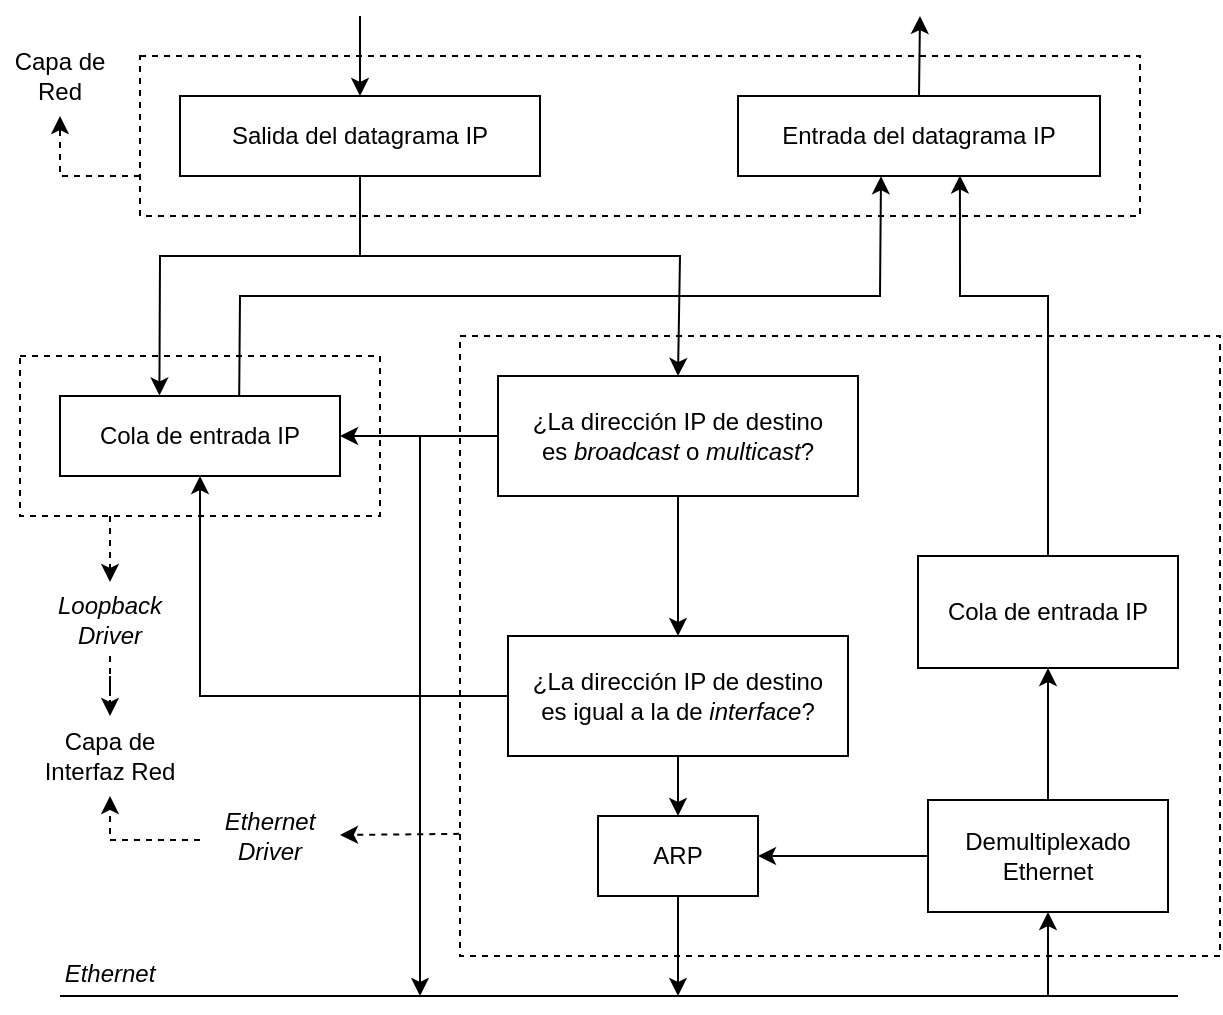
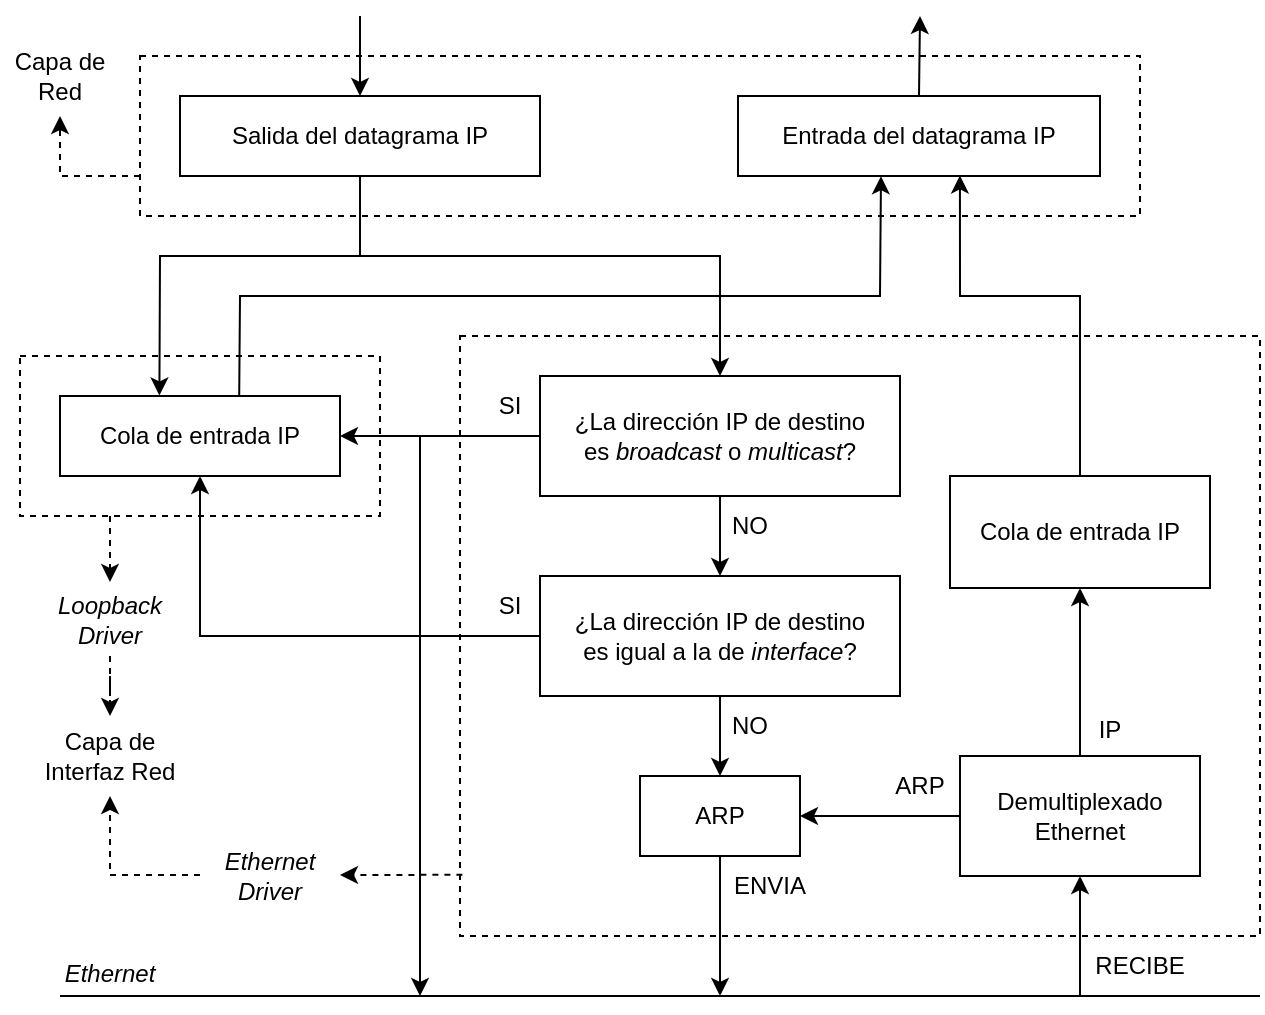
<mxfile host="Electron" agent="Mozilla/5.0 (Windows NT 10.0; Win64; x64) AppleWebKit/537.36 (KHTML, like Gecko) draw.io/24.7.5 Chrome/126.0.6478.183 Electron/31.3.0 Safari/537.36" version="24.7.5">
  <diagram name="Página-1" id="31qNR-VZyS9knpbV60fM">
-     <mxGraphModel dx="533" dy="322" grid="1" gridSize="10" guides="1" tooltips="1" connect="1" arrows="1" fold="1" page="1" pageScale="1" pageWidth="827" pageHeight="1169" math="0" shadow="0">
+     <mxGraphModel dx="293" dy="177" grid="1" gridSize="10" guides="1" tooltips="1" connect="1" arrows="1" fold="1" page="1" pageScale="1" pageWidth="827" pageHeight="1169" math="0" shadow="0">
      <root>
        <mxCell id="0" />
        <mxCell id="1" parent="0" />
-         <mxCell id="3DrJAtZ5_W6O6CcyolzV-26" value="" style="rounded=0;whiteSpace=wrap;html=1;fillColor=none;dashed=1;" vertex="1" parent="1">
+         <mxCell id="3DrJAtZ5_W6O6CcyolzV-24" value="" style="rounded=0;whiteSpace=wrap;html=1;fillColor=none;dashed=1;" parent="1" vertex="1">
+           <mxGeometry x="320" y="290" width="400" height="300" as="geometry" />
+         </mxCell>
+         <mxCell id="3DrJAtZ5_W6O6CcyolzV-26" value="" style="rounded=0;whiteSpace=wrap;html=1;fillColor=none;dashed=1;" parent="1" vertex="1">
          <mxGeometry x="160" y="150" width="500" height="80" as="geometry" />
        </mxCell>
-         <mxCell id="3DrJAtZ5_W6O6CcyolzV-1" value="Salida del datagrama IP" style="rounded=0;whiteSpace=wrap;html=1;fillColor=none;" vertex="1" parent="1">
+         <mxCell id="3DrJAtZ5_W6O6CcyolzV-1" value="Salida del datagrama IP" style="rounded=0;whiteSpace=wrap;html=1;fillColor=none;" parent="1" vertex="1">
          <mxGeometry x="180" y="170" width="180" height="40" as="geometry" />
        </mxCell>
-         <mxCell id="3DrJAtZ5_W6O6CcyolzV-2" value="Entrada del datagrama IP" style="rounded=0;whiteSpace=wrap;html=1;fillColor=none;" vertex="1" parent="1">
+         <mxCell id="3DrJAtZ5_W6O6CcyolzV-2" value="Entrada del datagrama IP" style="rounded=0;whiteSpace=wrap;html=1;fillColor=none;" parent="1" vertex="1">
          <mxGeometry x="459" y="170" width="181" height="40" as="geometry" />
        </mxCell>
-         <mxCell id="3DrJAtZ5_W6O6CcyolzV-3" value="Cola de entrada IP" style="rounded=0;whiteSpace=wrap;html=1;fillColor=none;" vertex="1" parent="1">
+         <mxCell id="3DrJAtZ5_W6O6CcyolzV-3" value="Cola de entrada IP" style="rounded=0;whiteSpace=wrap;html=1;fillColor=none;" parent="1" vertex="1">
          <mxGeometry x="120" y="320" width="140" height="40" as="geometry" />
        </mxCell>
-         <mxCell id="3DrJAtZ5_W6O6CcyolzV-16" style="edgeStyle=orthogonalEdgeStyle;rounded=0;orthogonalLoop=1;jettySize=auto;html=1;entryX=0.5;entryY=0;entryDx=0;entryDy=0;" edge="1" parent="1" source="3DrJAtZ5_W6O6CcyolzV-4" target="3DrJAtZ5_W6O6CcyolzV-5">
-           <mxGeometry relative="1" as="geometry" />
-         </mxCell>
-         <mxCell id="3DrJAtZ5_W6O6CcyolzV-18" style="edgeStyle=orthogonalEdgeStyle;rounded=0;orthogonalLoop=1;jettySize=auto;html=1;entryX=1;entryY=0.5;entryDx=0;entryDy=0;" edge="1" parent="1" source="3DrJAtZ5_W6O6CcyolzV-4" target="3DrJAtZ5_W6O6CcyolzV-3">
-           <mxGeometry relative="1" as="geometry" />
-         </mxCell>
-         <mxCell id="3DrJAtZ5_W6O6CcyolzV-4" value="¿La dirección IP de destino&lt;div&gt;es &lt;i&gt;broadcast&lt;/i&gt; o &lt;i&gt;multicast&lt;/i&gt;?&lt;/div&gt;" style="rounded=0;whiteSpace=wrap;html=1;fillColor=none;" vertex="1" parent="1">
-           <mxGeometry x="339" y="310" width="180" height="60" as="geometry" />
-         </mxCell>
-         <mxCell id="3DrJAtZ5_W6O6CcyolzV-17" style="edgeStyle=orthogonalEdgeStyle;rounded=0;orthogonalLoop=1;jettySize=auto;html=1;entryX=0.5;entryY=0;entryDx=0;entryDy=0;" edge="1" parent="1" source="3DrJAtZ5_W6O6CcyolzV-5" target="3DrJAtZ5_W6O6CcyolzV-6">
-           <mxGeometry relative="1" as="geometry" />
-         </mxCell>
-         <mxCell id="3DrJAtZ5_W6O6CcyolzV-19" style="edgeStyle=orthogonalEdgeStyle;rounded=0;orthogonalLoop=1;jettySize=auto;html=1;entryX=0.5;entryY=1;entryDx=0;entryDy=0;" edge="1" parent="1" source="3DrJAtZ5_W6O6CcyolzV-5" target="3DrJAtZ5_W6O6CcyolzV-3">
-           <mxGeometry relative="1" as="geometry" />
-         </mxCell>
-         <mxCell id="3DrJAtZ5_W6O6CcyolzV-5" value="¿La dirección IP de destino&lt;div&gt;es igual a la de &lt;i&gt;interface&lt;/i&gt;?&lt;/div&gt;" style="rounded=0;whiteSpace=wrap;html=1;fillColor=none;" vertex="1" parent="1">
-           <mxGeometry x="344" y="440" width="170" height="60" as="geometry" />
-         </mxCell>
-         <mxCell id="3DrJAtZ5_W6O6CcyolzV-21" style="edgeStyle=orthogonalEdgeStyle;rounded=0;orthogonalLoop=1;jettySize=auto;html=1;" edge="1" parent="1" source="3DrJAtZ5_W6O6CcyolzV-6">
+         <mxCell id="3DrJAtZ5_W6O6CcyolzV-16" style="edgeStyle=orthogonalEdgeStyle;rounded=0;orthogonalLoop=1;jettySize=auto;html=1;entryX=0.5;entryY=0;entryDx=0;entryDy=0;" parent="1" source="3DrJAtZ5_W6O6CcyolzV-4" target="3DrJAtZ5_W6O6CcyolzV-5" edge="1">
+           <mxGeometry relative="1" as="geometry" />
+         </mxCell>
+         <mxCell id="3DrJAtZ5_W6O6CcyolzV-18" style="edgeStyle=orthogonalEdgeStyle;rounded=0;orthogonalLoop=1;jettySize=auto;html=1;entryX=1;entryY=0.5;entryDx=0;entryDy=0;" parent="1" source="3DrJAtZ5_W6O6CcyolzV-4" target="3DrJAtZ5_W6O6CcyolzV-3" edge="1">
+           <mxGeometry relative="1" as="geometry" />
+         </mxCell>
+         <mxCell id="3DrJAtZ5_W6O6CcyolzV-4" value="¿La dirección IP de destino&lt;div&gt;es &lt;i&gt;broadcast&lt;/i&gt; o &lt;i&gt;multicast&lt;/i&gt;?&lt;/div&gt;" style="rounded=0;whiteSpace=wrap;html=1;fillColor=none;" parent="1" vertex="1">
+           <mxGeometry x="360" y="310" width="180" height="60" as="geometry" />
+         </mxCell>
+         <mxCell id="3DrJAtZ5_W6O6CcyolzV-17" style="edgeStyle=orthogonalEdgeStyle;rounded=0;orthogonalLoop=1;jettySize=auto;html=1;entryX=0.5;entryY=0;entryDx=0;entryDy=0;" parent="1" source="3DrJAtZ5_W6O6CcyolzV-5" target="3DrJAtZ5_W6O6CcyolzV-6" edge="1">
+           <mxGeometry relative="1" as="geometry" />
+         </mxCell>
+         <mxCell id="3DrJAtZ5_W6O6CcyolzV-19" style="edgeStyle=orthogonalEdgeStyle;rounded=0;orthogonalLoop=1;jettySize=auto;html=1;entryX=0.5;entryY=1;entryDx=0;entryDy=0;" parent="1" source="3DrJAtZ5_W6O6CcyolzV-5" target="3DrJAtZ5_W6O6CcyolzV-3" edge="1">
+           <mxGeometry relative="1" as="geometry" />
+         </mxCell>
+         <mxCell id="3DrJAtZ5_W6O6CcyolzV-5" value="¿La dirección IP de destino&lt;div&gt;es igual a la de &lt;i&gt;interface&lt;/i&gt;?&lt;/div&gt;" style="rounded=0;whiteSpace=wrap;html=1;fillColor=none;" parent="1" vertex="1">
+           <mxGeometry x="360" y="410" width="180" height="60" as="geometry" />
+         </mxCell>
+         <mxCell id="3DrJAtZ5_W6O6CcyolzV-21" style="edgeStyle=orthogonalEdgeStyle;rounded=0;orthogonalLoop=1;jettySize=auto;html=1;" parent="1" source="3DrJAtZ5_W6O6CcyolzV-6" edge="1">
          <mxGeometry relative="1" as="geometry">
-             <mxPoint x="429" y="620" as="targetPoint" />
-           </mxGeometry>
-         </mxCell>
-         <mxCell id="3DrJAtZ5_W6O6CcyolzV-6" value="ARP" style="rounded=0;whiteSpace=wrap;html=1;fillColor=none;" vertex="1" parent="1">
-           <mxGeometry x="389" y="530" width="80" height="40" as="geometry" />
-         </mxCell>
-         <mxCell id="3DrJAtZ5_W6O6CcyolzV-14" style="edgeStyle=orthogonalEdgeStyle;rounded=0;orthogonalLoop=1;jettySize=auto;html=1;entryX=0.5;entryY=1;entryDx=0;entryDy=0;" edge="1" parent="1" source="3DrJAtZ5_W6O6CcyolzV-7" target="3DrJAtZ5_W6O6CcyolzV-8">
-           <mxGeometry relative="1" as="geometry" />
-         </mxCell>
-         <mxCell id="3DrJAtZ5_W6O6CcyolzV-15" style="edgeStyle=orthogonalEdgeStyle;rounded=0;orthogonalLoop=1;jettySize=auto;html=1;entryX=1;entryY=0.5;entryDx=0;entryDy=0;" edge="1" parent="1" source="3DrJAtZ5_W6O6CcyolzV-7" target="3DrJAtZ5_W6O6CcyolzV-6">
-           <mxGeometry relative="1" as="geometry" />
-         </mxCell>
-         <mxCell id="3DrJAtZ5_W6O6CcyolzV-7" value="Demultiplexado Ethernet" style="rounded=0;whiteSpace=wrap;html=1;fillColor=none;" vertex="1" parent="1">
-           <mxGeometry x="554" y="522" width="120" height="56" as="geometry" />
-         </mxCell>
-         <mxCell id="3DrJAtZ5_W6O6CcyolzV-13" style="edgeStyle=orthogonalEdgeStyle;rounded=0;orthogonalLoop=1;jettySize=auto;html=1;entryX=0.613;entryY=0.993;entryDx=0;entryDy=0;entryPerimeter=0;" edge="1" parent="1" source="3DrJAtZ5_W6O6CcyolzV-8" target="3DrJAtZ5_W6O6CcyolzV-2">
+             <mxPoint x="450" y="620" as="targetPoint" />
+           </mxGeometry>
+         </mxCell>
+         <mxCell id="3DrJAtZ5_W6O6CcyolzV-6" value="ARP" style="rounded=0;whiteSpace=wrap;html=1;fillColor=none;" parent="1" vertex="1">
+           <mxGeometry x="410" y="510" width="80" height="40" as="geometry" />
+         </mxCell>
+         <mxCell id="3DrJAtZ5_W6O6CcyolzV-14" style="edgeStyle=orthogonalEdgeStyle;rounded=0;orthogonalLoop=1;jettySize=auto;html=1;entryX=0.5;entryY=1;entryDx=0;entryDy=0;" parent="1" source="3DrJAtZ5_W6O6CcyolzV-7" target="3DrJAtZ5_W6O6CcyolzV-8" edge="1">
+           <mxGeometry relative="1" as="geometry" />
+         </mxCell>
+         <mxCell id="3DrJAtZ5_W6O6CcyolzV-15" style="edgeStyle=orthogonalEdgeStyle;rounded=0;orthogonalLoop=1;jettySize=auto;html=1;entryX=1;entryY=0.5;entryDx=0;entryDy=0;" parent="1" source="3DrJAtZ5_W6O6CcyolzV-7" target="3DrJAtZ5_W6O6CcyolzV-6" edge="1">
+           <mxGeometry relative="1" as="geometry" />
+         </mxCell>
+         <mxCell id="3DrJAtZ5_W6O6CcyolzV-7" value="Demultiplexado Ethernet" style="rounded=0;whiteSpace=wrap;html=1;fillColor=none;" parent="1" vertex="1">
+           <mxGeometry x="570" y="500" width="120" height="60" as="geometry" />
+         </mxCell>
+         <mxCell id="3DrJAtZ5_W6O6CcyolzV-13" style="edgeStyle=orthogonalEdgeStyle;rounded=0;orthogonalLoop=1;jettySize=auto;html=1;entryX=0.613;entryY=0.993;entryDx=0;entryDy=0;entryPerimeter=0;exitX=0.5;exitY=0;exitDx=0;exitDy=0;" parent="1" source="3DrJAtZ5_W6O6CcyolzV-8" target="3DrJAtZ5_W6O6CcyolzV-2" edge="1">
          <mxGeometry relative="1" as="geometry">
            <Array as="points">
-               <mxPoint x="614" y="270" />
+               <mxPoint x="630" y="270" />
              <mxPoint x="570" y="270" />
            </Array>
          </mxGeometry>
        </mxCell>
-         <mxCell id="3DrJAtZ5_W6O6CcyolzV-8" value="Cola de entrada IP" style="rounded=0;whiteSpace=wrap;html=1;fillColor=none;" vertex="1" parent="1">
-           <mxGeometry x="549" y="400" width="130" height="56" as="geometry" />
-         </mxCell>
-         <mxCell id="3DrJAtZ5_W6O6CcyolzV-9" value="" style="endArrow=classic;html=1;rounded=0;exitX=0.5;exitY=1;exitDx=0;exitDy=0;entryX=0.355;entryY=-0.007;entryDx=0;entryDy=0;entryPerimeter=0;" edge="1" parent="1" source="3DrJAtZ5_W6O6CcyolzV-1" target="3DrJAtZ5_W6O6CcyolzV-3">
+         <mxCell id="3DrJAtZ5_W6O6CcyolzV-8" value="Cola de entrada IP" style="rounded=0;whiteSpace=wrap;html=1;fillColor=none;" parent="1" vertex="1">
+           <mxGeometry x="565" y="360" width="130" height="56" as="geometry" />
+         </mxCell>
+         <mxCell id="3DrJAtZ5_W6O6CcyolzV-9" value="" style="endArrow=classic;html=1;rounded=0;exitX=0.5;exitY=1;exitDx=0;exitDy=0;entryX=0.355;entryY=-0.007;entryDx=0;entryDy=0;entryPerimeter=0;" parent="1" source="3DrJAtZ5_W6O6CcyolzV-1" target="3DrJAtZ5_W6O6CcyolzV-3" edge="1">
          <mxGeometry width="50" height="50" relative="1" as="geometry">
            <mxPoint x="289" y="300" as="sourcePoint" />
            <mxPoint x="269" y="290" as="targetPoint" />
            <Array as="points">
              <mxPoint x="270" y="250" />
              <mxPoint x="170" y="250" />
            </Array>
          </mxGeometry>
        </mxCell>
-         <mxCell id="3DrJAtZ5_W6O6CcyolzV-10" value="" style="endArrow=classic;html=1;rounded=0;entryX=0.5;entryY=0;entryDx=0;entryDy=0;" edge="1" parent="1" target="3DrJAtZ5_W6O6CcyolzV-4">
+         <mxCell id="3DrJAtZ5_W6O6CcyolzV-10" value="" style="endArrow=classic;html=1;rounded=0;entryX=0.5;entryY=0;entryDx=0;entryDy=0;" parent="1" target="3DrJAtZ5_W6O6CcyolzV-4" edge="1">
          <mxGeometry width="50" height="50" relative="1" as="geometry">
            <mxPoint x="270" y="250" as="sourcePoint" />
            <mxPoint x="399" y="250" as="targetPoint" />
            <Array as="points">
-               <mxPoint x="430" y="250" />
-             </Array>
-           </mxGeometry>
-         </mxCell>
-         <mxCell id="3DrJAtZ5_W6O6CcyolzV-11" value="" style="endArrow=classic;html=1;rounded=0;exitX=0.64;exitY=-0.001;exitDx=0;exitDy=0;entryX=0.395;entryY=1.003;entryDx=0;entryDy=0;entryPerimeter=0;exitPerimeter=0;" edge="1" parent="1" source="3DrJAtZ5_W6O6CcyolzV-3" target="3DrJAtZ5_W6O6CcyolzV-2">
+               <mxPoint x="450" y="250" />
+             </Array>
+           </mxGeometry>
+         </mxCell>
+         <mxCell id="3DrJAtZ5_W6O6CcyolzV-11" value="" style="endArrow=classic;html=1;rounded=0;exitX=0.64;exitY=-0.001;exitDx=0;exitDy=0;entryX=0.395;entryY=1.003;entryDx=0;entryDy=0;entryPerimeter=0;exitPerimeter=0;" parent="1" source="3DrJAtZ5_W6O6CcyolzV-3" target="3DrJAtZ5_W6O6CcyolzV-2" edge="1">
          <mxGeometry width="50" height="50" relative="1" as="geometry">
            <mxPoint x="209" y="300" as="sourcePoint" />
            <mxPoint x="520" y="240" as="targetPoint" />
            <Array as="points">
              <mxPoint x="210" y="270" />
              <mxPoint x="530" y="270" />
            </Array>
          </mxGeometry>
        </mxCell>
-         <mxCell id="3DrJAtZ5_W6O6CcyolzV-20" value="" style="endArrow=classic;html=1;rounded=0;" edge="1" parent="1">
+         <mxCell id="3DrJAtZ5_W6O6CcyolzV-20" value="" style="endArrow=classic;html=1;rounded=0;" parent="1" edge="1">
          <mxGeometry width="50" height="50" relative="1" as="geometry">
            <mxPoint x="300" y="340" as="sourcePoint" />
            <mxPoint x="300" y="620" as="targetPoint" />
          </mxGeometry>
        </mxCell>
-         <mxCell id="3DrJAtZ5_W6O6CcyolzV-22" value="" style="endArrow=classic;html=1;rounded=0;entryX=0.5;entryY=1;entryDx=0;entryDy=0;" edge="1" parent="1" target="3DrJAtZ5_W6O6CcyolzV-7">
-           <mxGeometry width="50" height="50" relative="1" as="geometry">
-             <mxPoint x="614" y="620" as="sourcePoint" />
+         <mxCell id="3DrJAtZ5_W6O6CcyolzV-22" value="" style="endArrow=classic;html=1;rounded=0;entryX=0.5;entryY=1;entryDx=0;entryDy=0;" parent="1" target="3DrJAtZ5_W6O6CcyolzV-7" edge="1">
+           <mxGeometry width="50" height="50" relative="1" as="geometry">
+             <mxPoint x="630" y="620" as="sourcePoint" />
            <mxPoint x="599" y="540" as="targetPoint" />
          </mxGeometry>
        </mxCell>
-         <mxCell id="3DrJAtZ5_W6O6CcyolzV-23" value="" style="endArrow=none;html=1;rounded=0;" edge="1" parent="1">
+         <mxCell id="3DrJAtZ5_W6O6CcyolzV-23" value="" style="endArrow=none;html=1;rounded=0;" parent="1" edge="1">
          <mxGeometry width="50" height="50" relative="1" as="geometry">
            <mxPoint x="120" y="620" as="sourcePoint" />
-             <mxPoint x="679" y="620" as="targetPoint" />
-           </mxGeometry>
-         </mxCell>
-         <mxCell id="3DrJAtZ5_W6O6CcyolzV-24" value="" style="rounded=0;whiteSpace=wrap;html=1;fillColor=none;dashed=1;" vertex="1" parent="1">
-           <mxGeometry x="320" y="290" width="380" height="310" as="geometry" />
-         </mxCell>
-         <mxCell id="3DrJAtZ5_W6O6CcyolzV-27" value="" style="rounded=0;whiteSpace=wrap;html=1;fillColor=none;dashed=1;" vertex="1" parent="1">
+             <mxPoint x="720" y="620" as="targetPoint" />
+           </mxGeometry>
+         </mxCell>
+         <mxCell id="3DrJAtZ5_W6O6CcyolzV-27" value="" style="rounded=0;whiteSpace=wrap;html=1;fillColor=none;dashed=1;" parent="1" vertex="1">
          <mxGeometry x="100" y="300" width="180" height="80" as="geometry" />
        </mxCell>
-         <mxCell id="3DrJAtZ5_W6O6CcyolzV-28" value="" style="endArrow=classic;html=1;rounded=0;entryX=0.5;entryY=0;entryDx=0;entryDy=0;" edge="1" parent="1" target="3DrJAtZ5_W6O6CcyolzV-1">
+         <mxCell id="3DrJAtZ5_W6O6CcyolzV-28" value="" style="endArrow=classic;html=1;rounded=0;entryX=0.5;entryY=0;entryDx=0;entryDy=0;" parent="1" target="3DrJAtZ5_W6O6CcyolzV-1" edge="1">
          <mxGeometry width="50" height="50" relative="1" as="geometry">
            <mxPoint x="270" y="130" as="sourcePoint" />
            <mxPoint x="300" y="120" as="targetPoint" />
          </mxGeometry>
        </mxCell>
-         <mxCell id="3DrJAtZ5_W6O6CcyolzV-29" value="" style="endArrow=classic;html=1;rounded=0;exitX=0.5;exitY=0;exitDx=0;exitDy=0;" edge="1" parent="1" source="3DrJAtZ5_W6O6CcyolzV-2">
+         <mxCell id="3DrJAtZ5_W6O6CcyolzV-29" value="" style="endArrow=classic;html=1;rounded=0;exitX=0.5;exitY=0;exitDx=0;exitDy=0;" parent="1" source="3DrJAtZ5_W6O6CcyolzV-2" edge="1">
          <mxGeometry width="50" height="50" relative="1" as="geometry">
            <mxPoint x="510" y="200" as="sourcePoint" />
            <mxPoint x="550" y="130" as="targetPoint" />
          </mxGeometry>
        </mxCell>
-         <mxCell id="3DrJAtZ5_W6O6CcyolzV-30" value="Capa de&lt;div&gt;Red&lt;/div&gt;" style="text;html=1;align=center;verticalAlign=middle;whiteSpace=wrap;rounded=0;" vertex="1" parent="1">
+         <mxCell id="3DrJAtZ5_W6O6CcyolzV-30" value="Capa de&lt;div&gt;Red&lt;/div&gt;" style="text;html=1;align=center;verticalAlign=middle;whiteSpace=wrap;rounded=0;" parent="1" vertex="1">
          <mxGeometry x="90" y="140" width="60" height="40" as="geometry" />
        </mxCell>
-         <mxCell id="3DrJAtZ5_W6O6CcyolzV-31" value="" style="endArrow=classic;html=1;rounded=0;exitX=0;exitY=0.75;exitDx=0;exitDy=0;entryX=0.5;entryY=1;entryDx=0;entryDy=0;dashed=1;" edge="1" parent="1" source="3DrJAtZ5_W6O6CcyolzV-26" target="3DrJAtZ5_W6O6CcyolzV-30">
+         <mxCell id="3DrJAtZ5_W6O6CcyolzV-31" value="" style="endArrow=classic;html=1;rounded=0;exitX=0;exitY=0.75;exitDx=0;exitDy=0;entryX=0.5;entryY=1;entryDx=0;entryDy=0;dashed=1;" parent="1" source="3DrJAtZ5_W6O6CcyolzV-26" target="3DrJAtZ5_W6O6CcyolzV-30" edge="1">
          <mxGeometry width="50" height="50" relative="1" as="geometry">
            <mxPoint x="120" y="220" as="sourcePoint" />
            <mxPoint x="170" y="170" as="targetPoint" />
            <Array as="points">
              <mxPoint x="120" y="210" />
            </Array>
          </mxGeometry>
        </mxCell>
-         <mxCell id="3DrJAtZ5_W6O6CcyolzV-37" style="edgeStyle=orthogonalEdgeStyle;rounded=0;orthogonalLoop=1;jettySize=auto;html=1;entryX=0.5;entryY=0;entryDx=0;entryDy=0;dashed=1;" edge="1" parent="1" source="3DrJAtZ5_W6O6CcyolzV-32" target="3DrJAtZ5_W6O6CcyolzV-36">
-           <mxGeometry relative="1" as="geometry" />
-         </mxCell>
-         <mxCell id="3DrJAtZ5_W6O6CcyolzV-32" value="&lt;i&gt;Loopback&lt;/i&gt;&lt;div&gt;&lt;i&gt;Driver&lt;/i&gt;&lt;/div&gt;" style="text;html=1;align=center;verticalAlign=middle;whiteSpace=wrap;rounded=0;" vertex="1" parent="1">
+         <mxCell id="3DrJAtZ5_W6O6CcyolzV-37" style="edgeStyle=orthogonalEdgeStyle;rounded=0;orthogonalLoop=1;jettySize=auto;html=1;entryX=0.5;entryY=0;entryDx=0;entryDy=0;dashed=1;" parent="1" source="3DrJAtZ5_W6O6CcyolzV-32" target="3DrJAtZ5_W6O6CcyolzV-36" edge="1">
+           <mxGeometry relative="1" as="geometry" />
+         </mxCell>
+         <mxCell id="3DrJAtZ5_W6O6CcyolzV-32" value="&lt;i&gt;Loopback&lt;/i&gt;&lt;div&gt;&lt;i&gt;Driver&lt;/i&gt;&lt;/div&gt;" style="text;html=1;align=center;verticalAlign=middle;whiteSpace=wrap;rounded=0;" parent="1" vertex="1">
          <mxGeometry x="110" y="413" width="70" height="37" as="geometry" />
        </mxCell>
-         <mxCell id="3DrJAtZ5_W6O6CcyolzV-33" value="" style="endArrow=classic;html=1;rounded=0;exitX=0.25;exitY=1;exitDx=0;exitDy=0;dashed=1;entryX=0.5;entryY=0;entryDx=0;entryDy=0;" edge="1" parent="1" source="3DrJAtZ5_W6O6CcyolzV-27" target="3DrJAtZ5_W6O6CcyolzV-32">
+         <mxCell id="3DrJAtZ5_W6O6CcyolzV-33" value="" style="endArrow=classic;html=1;rounded=0;exitX=0.25;exitY=1;exitDx=0;exitDy=0;dashed=1;entryX=0.5;entryY=0;entryDx=0;entryDy=0;" parent="1" source="3DrJAtZ5_W6O6CcyolzV-27" target="3DrJAtZ5_W6O6CcyolzV-32" edge="1">
          <mxGeometry width="50" height="50" relative="1" as="geometry">
            <mxPoint x="200" y="420" as="sourcePoint" />
            <mxPoint x="145" y="420" as="targetPoint" />
          </mxGeometry>
        </mxCell>
-         <mxCell id="3DrJAtZ5_W6O6CcyolzV-38" style="edgeStyle=orthogonalEdgeStyle;rounded=0;orthogonalLoop=1;jettySize=auto;html=1;entryX=0.5;entryY=1;entryDx=0;entryDy=0;dashed=1;" edge="1" parent="1" source="3DrJAtZ5_W6O6CcyolzV-34" target="3DrJAtZ5_W6O6CcyolzV-36">
+         <mxCell id="3DrJAtZ5_W6O6CcyolzV-38" style="edgeStyle=orthogonalEdgeStyle;rounded=0;orthogonalLoop=1;jettySize=auto;html=1;entryX=0.5;entryY=1;entryDx=0;entryDy=0;dashed=1;exitX=0;exitY=0.5;exitDx=0;exitDy=0;" parent="1" source="3DrJAtZ5_W6O6CcyolzV-34" target="3DrJAtZ5_W6O6CcyolzV-36" edge="1">
          <mxGeometry relative="1" as="geometry">
            <Array as="points">
-               <mxPoint x="145" y="542" />
-             </Array>
-           </mxGeometry>
-         </mxCell>
-         <mxCell id="3DrJAtZ5_W6O6CcyolzV-34" value="&lt;i&gt;Ethernet&lt;/i&gt;&lt;br&gt;&lt;div&gt;&lt;i&gt;Driver&lt;/i&gt;&lt;/div&gt;" style="text;html=1;align=center;verticalAlign=middle;whiteSpace=wrap;rounded=0;" vertex="1" parent="1">
-           <mxGeometry x="190" y="520" width="70" height="39" as="geometry" />
-         </mxCell>
-         <mxCell id="3DrJAtZ5_W6O6CcyolzV-35" value="" style="endArrow=classic;html=1;rounded=0;exitX=-0.001;exitY=0.803;exitDx=0;exitDy=0;entryX=1;entryY=0.5;entryDx=0;entryDy=0;exitPerimeter=0;dashed=1;" edge="1" parent="1" source="3DrJAtZ5_W6O6CcyolzV-24" target="3DrJAtZ5_W6O6CcyolzV-34">
+               <mxPoint x="145" y="560" />
+             </Array>
+           </mxGeometry>
+         </mxCell>
+         <mxCell id="3DrJAtZ5_W6O6CcyolzV-34" value="&lt;i&gt;Ethernet&lt;/i&gt;&lt;br&gt;&lt;div&gt;&lt;i&gt;Driver&lt;/i&gt;&lt;/div&gt;" style="text;html=1;align=center;verticalAlign=middle;whiteSpace=wrap;rounded=0;" parent="1" vertex="1">
+           <mxGeometry x="190" y="540" width="70" height="39" as="geometry" />
+         </mxCell>
+         <mxCell id="3DrJAtZ5_W6O6CcyolzV-35" value="" style="endArrow=classic;html=1;rounded=0;exitX=0.003;exitY=0.898;exitDx=0;exitDy=0;entryX=1;entryY=0.5;entryDx=0;entryDy=0;exitPerimeter=0;dashed=1;" parent="1" source="3DrJAtZ5_W6O6CcyolzV-24" target="3DrJAtZ5_W6O6CcyolzV-34" edge="1">
          <mxGeometry width="50" height="50" relative="1" as="geometry">
            <mxPoint x="290" y="560" as="sourcePoint" />
            <mxPoint x="340" y="510" as="targetPoint" />
          </mxGeometry>
        </mxCell>
-         <mxCell id="3DrJAtZ5_W6O6CcyolzV-36" value="Capa de&lt;div&gt;Interfaz Red&lt;/div&gt;" style="text;html=1;align=center;verticalAlign=middle;whiteSpace=wrap;rounded=0;" vertex="1" parent="1">
+         <mxCell id="3DrJAtZ5_W6O6CcyolzV-36" value="Capa de&lt;div&gt;Interfaz Red&lt;/div&gt;" style="text;html=1;align=center;verticalAlign=middle;whiteSpace=wrap;rounded=0;" parent="1" vertex="1">
          <mxGeometry x="100" y="480" width="90" height="40" as="geometry" />
        </mxCell>
-         <mxCell id="3DrJAtZ5_W6O6CcyolzV-40" value="&lt;i&gt;Ethernet&lt;/i&gt;" style="text;html=1;align=center;verticalAlign=middle;whiteSpace=wrap;rounded=0;" vertex="1" parent="1">
+         <mxCell id="3DrJAtZ5_W6O6CcyolzV-40" value="&lt;i&gt;Ethernet&lt;/i&gt;" style="text;html=1;align=center;verticalAlign=middle;whiteSpace=wrap;rounded=0;" parent="1" vertex="1">
          <mxGeometry x="110" y="600" width="70" height="17" as="geometry" />
+         </mxCell>
+         <mxCell id="jAemlXvwLdzfobz17DpO-1" value="SI" style="text;html=1;align=center;verticalAlign=middle;whiteSpace=wrap;rounded=0;" vertex="1" parent="1">
+           <mxGeometry x="330" y="310" width="30" height="30" as="geometry" />
+         </mxCell>
+         <mxCell id="jAemlXvwLdzfobz17DpO-2" value="NO" style="text;html=1;align=center;verticalAlign=middle;whiteSpace=wrap;rounded=0;" vertex="1" parent="1">
+           <mxGeometry x="450" y="370" width="30" height="30" as="geometry" />
+         </mxCell>
+         <mxCell id="jAemlXvwLdzfobz17DpO-3" value="NO" style="text;html=1;align=center;verticalAlign=middle;whiteSpace=wrap;rounded=0;" vertex="1" parent="1">
+           <mxGeometry x="450" y="470" width="30" height="30" as="geometry" />
+         </mxCell>
+         <mxCell id="jAemlXvwLdzfobz17DpO-4" value="SI" style="text;html=1;align=center;verticalAlign=middle;whiteSpace=wrap;rounded=0;" vertex="1" parent="1">
+           <mxGeometry x="330" y="410" width="30" height="30" as="geometry" />
+         </mxCell>
+         <mxCell id="jAemlXvwLdzfobz17DpO-5" value="ENVIA" style="text;html=1;align=center;verticalAlign=middle;whiteSpace=wrap;rounded=0;" vertex="1" parent="1">
+           <mxGeometry x="450" y="550" width="50" height="30" as="geometry" />
+         </mxCell>
+         <mxCell id="jAemlXvwLdzfobz17DpO-7" value="RECIBE" style="text;html=1;align=center;verticalAlign=middle;whiteSpace=wrap;rounded=0;" vertex="1" parent="1">
+           <mxGeometry x="630" y="590" width="60" height="30" as="geometry" />
+         </mxCell>
+         <mxCell id="jAemlXvwLdzfobz17DpO-8" value="ARP" style="text;html=1;align=center;verticalAlign=middle;whiteSpace=wrap;rounded=0;" vertex="1" parent="1">
+           <mxGeometry x="530" y="500" width="40" height="30" as="geometry" />
+         </mxCell>
+         <mxCell id="jAemlXvwLdzfobz17DpO-9" value="IP" style="text;html=1;align=center;verticalAlign=middle;whiteSpace=wrap;rounded=0;" vertex="1" parent="1">
+           <mxGeometry x="630" y="472" width="30" height="30" as="geometry" />
        </mxCell>
      </root>
    </mxGraphModel>
  </diagram>
</mxfile>
